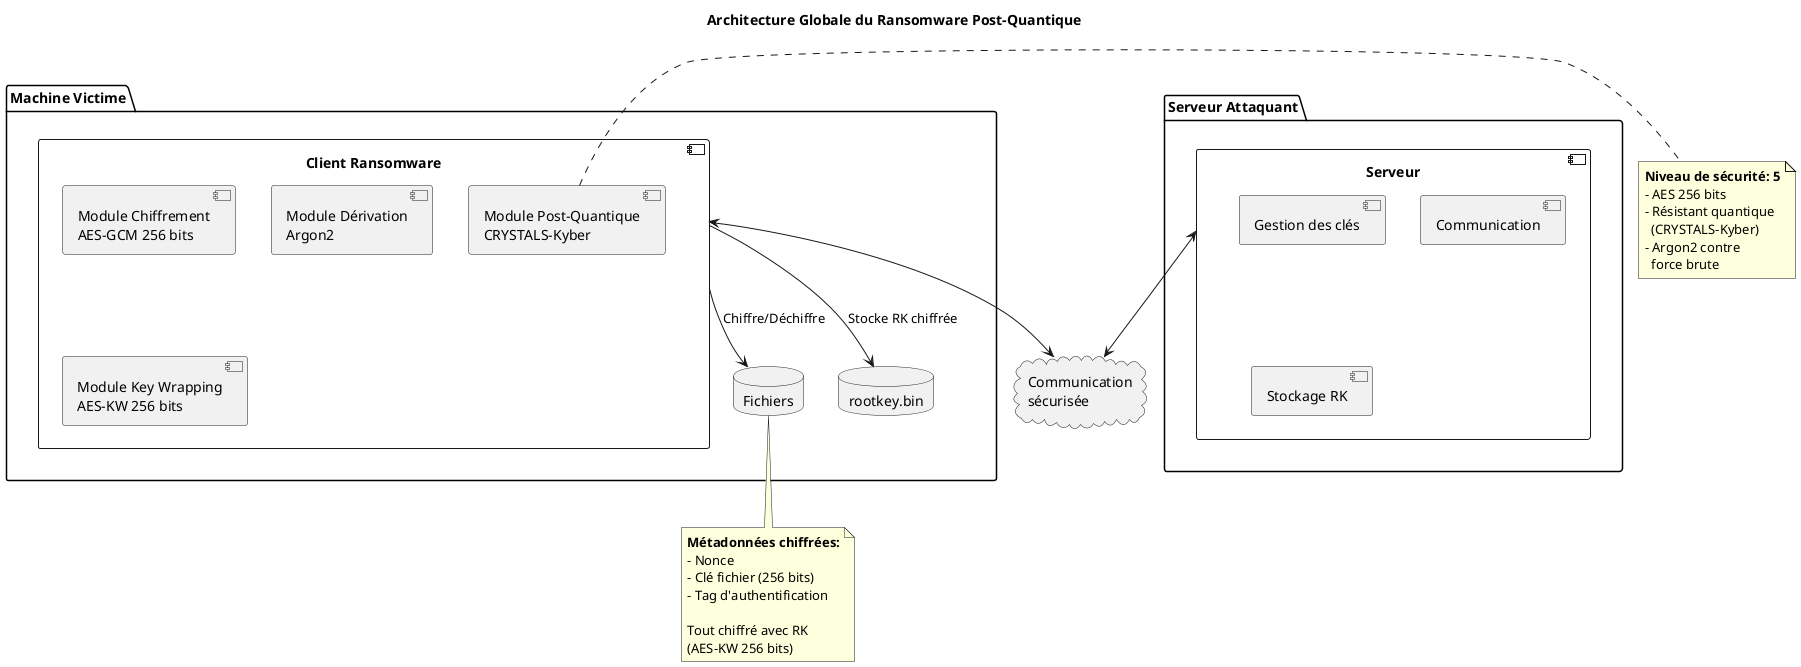
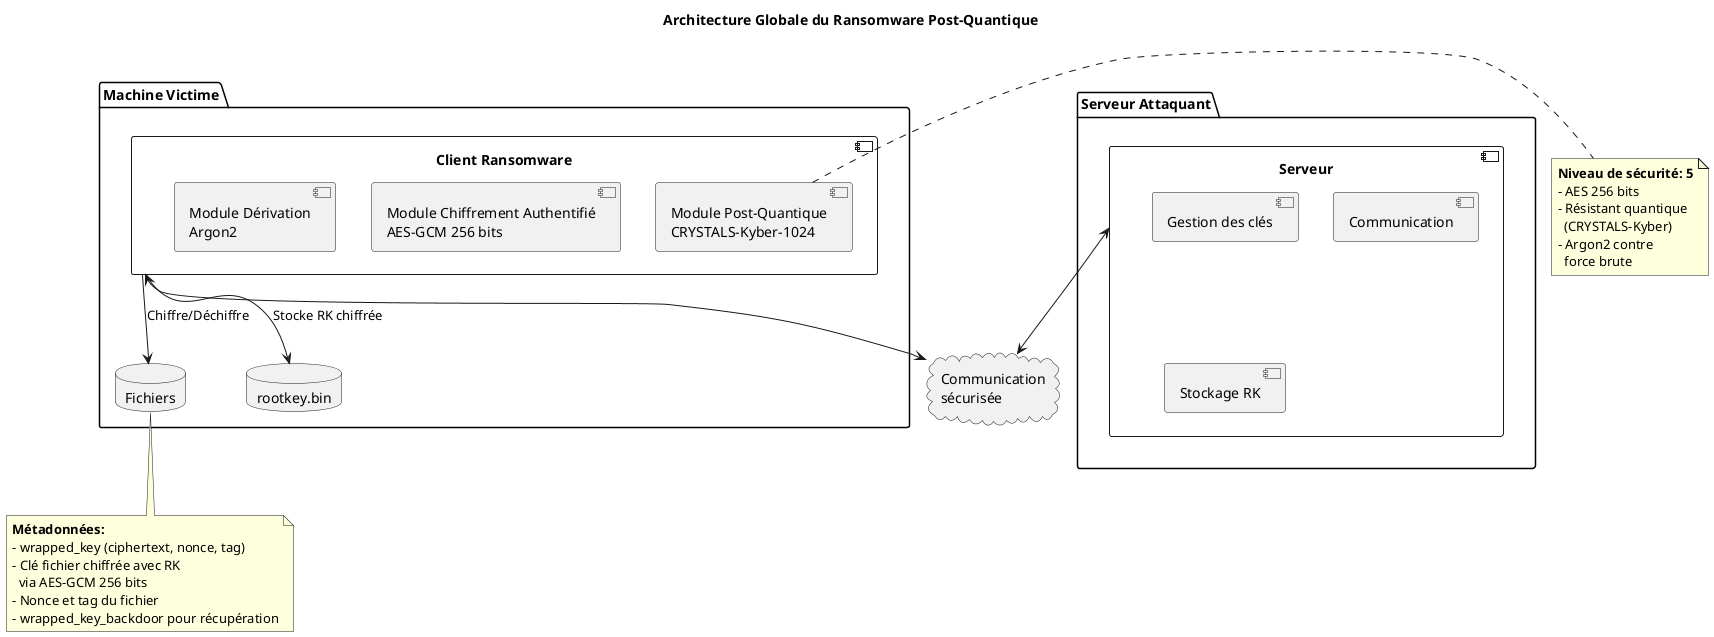
@startuml Ransomware Architecture - Vue d'ensemble

title Architecture Globale du Ransomware Post-Quantique

package "Machine Victime" {
    component "Client Ransomware" as client {
-         [Module Chiffrement\nAES-GCM 256 bits] as aes
+         [Module Chiffrement Authentifié\nAES-GCM 256 bits] as aes
        [Module Dérivation\nArgon2] as argon
-         [Module Post-Quantique\nCRYSTALS-Kyber] as kyber
-         [Module Key Wrapping\nAES-KW 256 bits] as kw
+         [Module Post-Quantique\nCRYSTALS-Kyber-1024] as kyber
    }

    database "Fichiers" as files
    database "rootkey.bin" as rootkey
}

package "Serveur Attaquant" {
    component "Serveur" as server {
        [Gestion des clés] as keymanager
        [Communication] as comm
        [Stockage RK] as storage
    }
}

cloud "Communication\nsécurisée" as network

client <--> network
server <--> network

client --> files : Chiffre/Déchiffre
client --> rootkey : Stocke RK chiffrée

note right of kyber
    **Niveau de sécurité: 5**
    - AES 256 bits
    - Résistant quantique
      (CRYSTALS-Kyber)
    - Argon2 contre
      force brute
end note

note bottom of files
-     **Métadonnées chiffrées:**
-     - Nonce
-     - Clé fichier (256 bits)
-     - Tag d'authentification
- 
-     Tout chiffré avec RK
-     (AES-KW 256 bits)
+     **Métadonnées:**
+     - wrapped_key (ciphertext, nonce, tag)
+     - Clé fichier chiffrée avec RK
+       via AES-GCM 256 bits
+     - Nonce et tag du fichier
+     - wrapped_key_backdoor pour récupération
end note

@enduml
